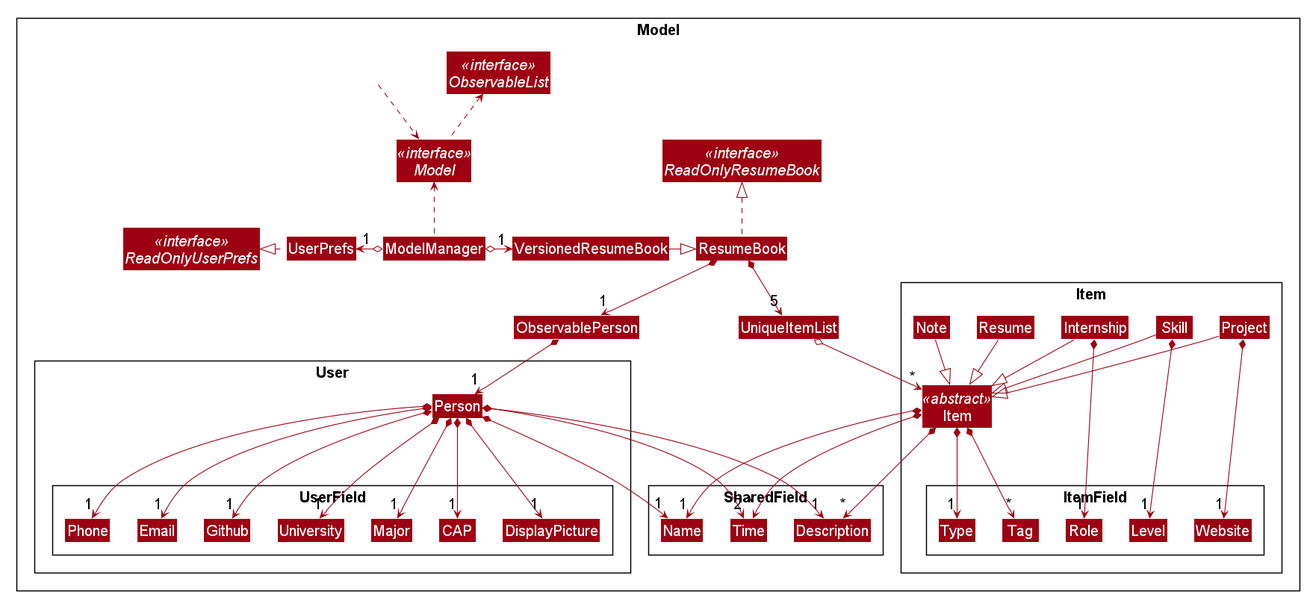
Earlier version of the PlantUML export docs/images/ModelClassDiagram.png (wardetu/main).
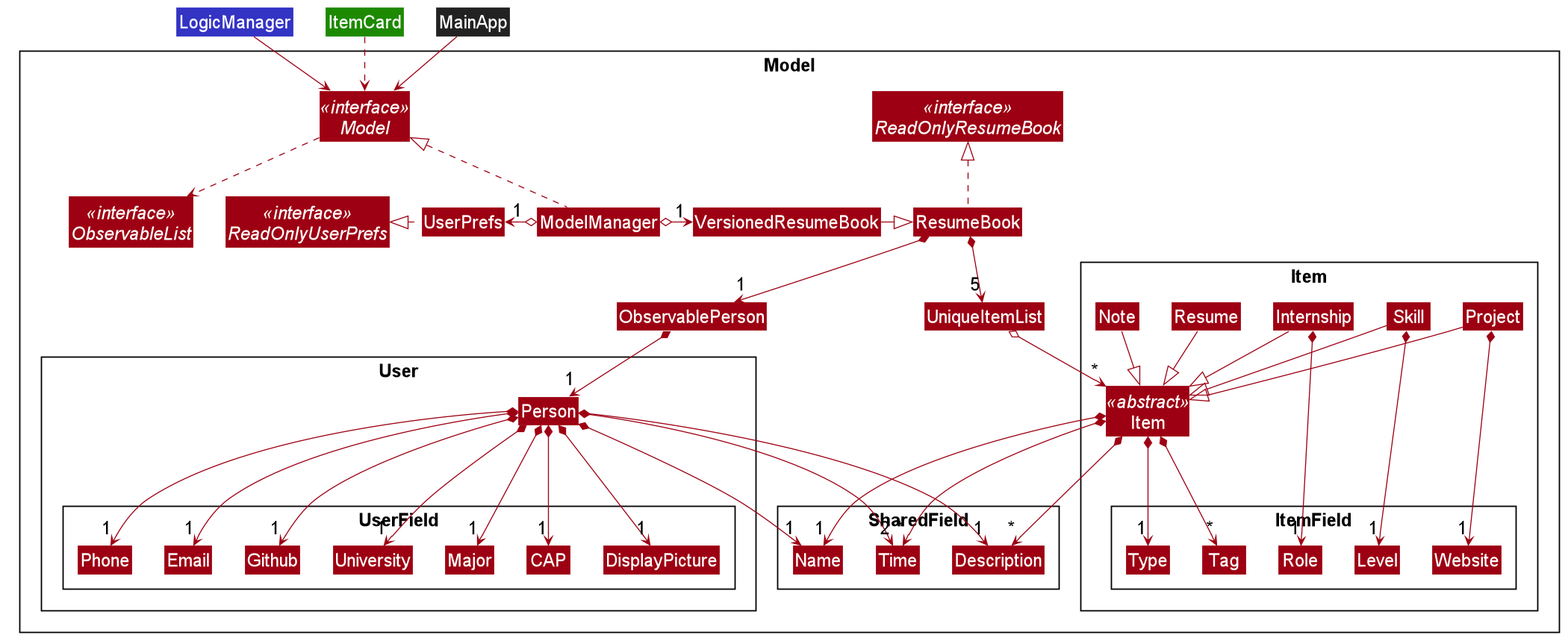
Above is the later version.

The edit, as a diff of the source:
```diff
@@ -53,6 +53,10 @@
 skinparam classBackgroundColor #9D0012
 skinparam defaultFontSize 20
 
+Class LogicManager #3333C4
+Class ItemCard #1D8900
+Class MainApp #222222
+
 Package Model <<Rectangle>>{
 Interface ObservableList <<interface>>
 Interface Model <<interface>>
@@ -101,10 +105,11 @@
 Class Description
 }
 
-Class HiddenOutside #FFFFFF
-HiddenOutside .d.> Model
-Model .u.> ObservableList
-ModelManager .u.> Model
+MainApp -d-> Model
+LogicManager -d-> Model
+ItemCard .d.> Model
+Model ..> ObservableList
+ModelManager .u.|> Model
 
 ModelManager o-l-> "1" UserPrefs
 UserPrefs .l.|> ReadOnlyUserPrefs
```
